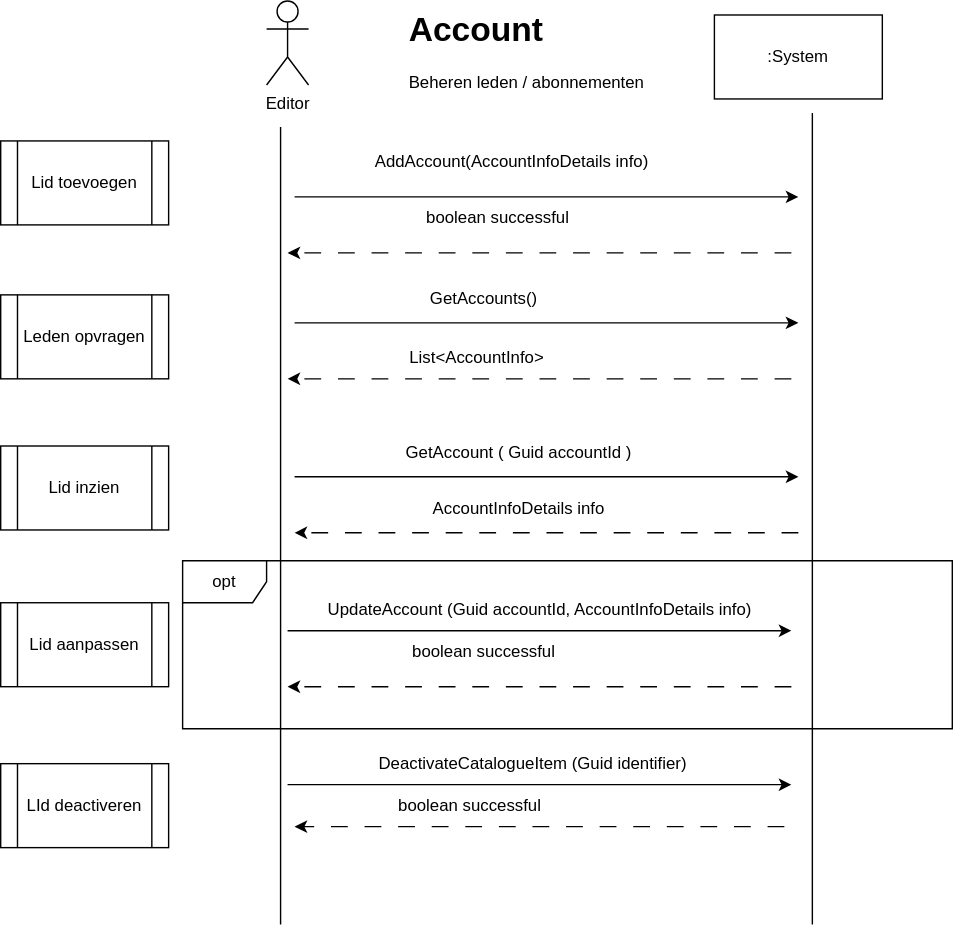
Earlier version of the draw.io export documents/system-sequence-diagrams/Leden_Accountbeheer.drawio.svg (pieter-groenendijk/oose-library-management-system). Source tidied: cells renumbered, new cells last; positions are measured from the earlier drawing's top-left corner, leaving out a move shared by most shapes. Its diagram source:
```xml
<mxGraphModel>
  <root>
    <mxCell id="0" />
    <mxCell id="1" parent="0" />
    <mxCell id="2" value="Editor" style="shape=umlActor;verticalLabelPosition=bottom;verticalAlign=top;html=1;" parent="1" vertex="1">
      <mxGeometry x="190" width="30" height="60" as="geometry" />
    </mxCell>
    <mxCell id="3" style="endArrow=none;html=1;rounded=0;" parent="1" edge="1">
      <mxGeometry relative="1" as="geometry">
        <mxPoint x="200" y="660" as="sourcePoint" />
        <mxPoint x="200" y="90" as="targetPoint" />
      </mxGeometry>
    </mxCell>
    <mxCell id="4" value=":System" style="rounded=0;whiteSpace=wrap;html=1;" parent="1" vertex="1">
      <mxGeometry x="510" y="10" width="120" height="60" as="geometry" />
    </mxCell>
    <mxCell id="5" style="endArrow=none;html=1;rounded=0;" parent="1" edge="1">
      <mxGeometry relative="1" as="geometry">
        <mxPoint x="580" y="660" as="sourcePoint" />
        <mxPoint x="580" y="80" as="targetPoint" />
      </mxGeometry>
    </mxCell>
    <mxCell id="6" value="&lt;h1 style=&quot;margin-top: 0px;&quot;&gt;Account&lt;/h1&gt;&lt;p&gt;Beheren leden / abonnementen&lt;/p&gt;" style="text;html=1;whiteSpace=wrap;overflow=hidden;rounded=0;" parent="1" vertex="1">
      <mxGeometry x="290" width="180" height="120" as="geometry" />
    </mxCell>
    <mxCell id="7" style="endArrow=classic;html=1;rounded=0;" parent="1" edge="1">
      <mxGeometry relative="1" as="geometry">
        <mxPoint x="210" y="140" as="sourcePoint" />
        <mxPoint x="570" y="140" as="targetPoint" />
      </mxGeometry>
    </mxCell>
    <mxCell id="8" value="AddAccount(AccountInfoDetails info)" style="text;html=1;align=center;verticalAlign=middle;strokeColor=none;fillColor=none;" parent="1" vertex="1">
      <mxGeometry x="255" y="100" width="220" height="30" as="geometry" />
    </mxCell>
    <mxCell id="9" style="endArrow=classic;html=1;rounded=0;dashed=1;dashPattern=12 12;" parent="1" edge="1">
      <mxGeometry relative="1" as="geometry">
        <mxPoint x="565" y="180" as="sourcePoint" />
        <mxPoint x="205" y="180" as="targetPoint" />
      </mxGeometry>
    </mxCell>
    <mxCell id="10" value="boolean successful" style="text;html=1;align=center;verticalAlign=middle;strokeColor=none;fillColor=none;" parent="1" vertex="1">
      <mxGeometry x="290" y="140" width="130" height="30" as="geometry" />
    </mxCell>
    <mxCell id="11" style="endArrow=classic;html=1;rounded=0;" parent="1" edge="1">
      <mxGeometry relative="1" as="geometry">
        <mxPoint x="210" y="340" as="sourcePoint" />
        <mxPoint x="570" y="340" as="targetPoint" />
      </mxGeometry>
    </mxCell>
    <mxCell id="12" value="GetAccount ( Guid accountId )" style="text;html=1;align=center;verticalAlign=middle;strokeColor=none;fillColor=none;" parent="1" vertex="1">
      <mxGeometry x="280" y="308" width="180" height="30" as="geometry" />
    </mxCell>
    <mxCell id="13" style="endArrow=classic;html=1;rounded=0;dashed=1;dashPattern=12 12;" parent="1" edge="1">
      <mxGeometry relative="1" as="geometry">
        <mxPoint x="570" y="380" as="sourcePoint" />
        <mxPoint x="210" y="380" as="targetPoint" />
      </mxGeometry>
    </mxCell>
    <mxCell id="14" value="AccountInfoDetails info" style="text;html=1;align=center;verticalAlign=middle;strokeColor=none;fillColor=none;" parent="1" vertex="1">
      <mxGeometry x="295" y="348" width="150" height="30" as="geometry" />
    </mxCell>
    <mxCell id="15" style="endArrow=classic;html=1;rounded=0;" parent="1" edge="1">
      <mxGeometry relative="1" as="geometry">
        <mxPoint x="205" y="450" as="sourcePoint" />
        <mxPoint x="565" y="450" as="targetPoint" />
      </mxGeometry>
    </mxCell>
    <mxCell id="16" value="UpdateAccount (Guid accountId, AccountInfoDetails info)" style="text;html=1;align=center;verticalAlign=middle;strokeColor=none;fillColor=none;" parent="1" vertex="1">
      <mxGeometry x="220" y="420" width="330" height="30" as="geometry" />
    </mxCell>
    <mxCell id="17" style="endArrow=classic;html=1;rounded=0;dashed=1;dashPattern=12 12;" parent="1" edge="1">
      <mxGeometry relative="1" as="geometry">
        <mxPoint x="565" y="490" as="sourcePoint" />
        <mxPoint x="205" y="490" as="targetPoint" />
      </mxGeometry>
    </mxCell>
    <mxCell id="18" value="boolean successful" style="text;html=1;align=center;verticalAlign=middle;strokeColor=none;fillColor=none;" parent="1" vertex="1">
      <mxGeometry x="280" y="450" width="130" height="30" as="geometry" />
    </mxCell>
    <mxCell id="19" style="endArrow=classic;html=1;rounded=0;" parent="1" edge="1">
      <mxGeometry relative="1" as="geometry">
        <mxPoint x="205" y="560" as="sourcePoint" />
        <mxPoint x="565" y="560" as="targetPoint" />
      </mxGeometry>
    </mxCell>
    <mxCell id="20" style="endArrow=classic;html=1;rounded=0;dashed=1;dashPattern=12 12;" parent="1" edge="1">
      <mxGeometry relative="1" as="geometry">
        <mxPoint x="560" y="590" as="sourcePoint" />
        <mxPoint x="210" y="590" as="targetPoint" />
      </mxGeometry>
    </mxCell>
    <mxCell id="21" value="DeactivateCatalogueItem (Guid identifier)" style="text;html=1;align=center;verticalAlign=middle;strokeColor=none;fillColor=none;" parent="1" vertex="1">
      <mxGeometry x="260" y="530" width="240" height="30" as="geometry" />
    </mxCell>
    <mxCell id="22" value="boolean successful" style="text;html=1;align=center;verticalAlign=middle;strokeColor=none;fillColor=none;" parent="1" vertex="1">
      <mxGeometry x="270" y="560" width="130" height="30" as="geometry" />
    </mxCell>
    <mxCell id="23" value="opt" style="shape=umlFrame;whiteSpace=wrap;html=1;" parent="1" vertex="1">
      <mxGeometry x="130" y="400" width="550" height="120" as="geometry" />
    </mxCell>
    <mxCell id="24" value="Lid toevoegen" style="shape=process;whiteSpace=wrap;html=1;backgroundOutline=1;" parent="1" vertex="1">
      <mxGeometry y="100" width="120" height="60" as="geometry" />
    </mxCell>
    <mxCell id="25" value="Lid inzien" style="shape=process;whiteSpace=wrap;html=1;backgroundOutline=1;" parent="1" vertex="1">
      <mxGeometry y="318" width="120" height="60" as="geometry" />
    </mxCell>
    <mxCell id="26" value="Lid aanpassen" style="shape=process;whiteSpace=wrap;html=1;backgroundOutline=1;" parent="1" vertex="1">
      <mxGeometry y="430" width="120" height="60" as="geometry" />
    </mxCell>
    <mxCell id="27" value="LId deactiveren" style="shape=process;whiteSpace=wrap;html=1;backgroundOutline=1;" parent="1" vertex="1">
      <mxGeometry y="545" width="120" height="60" as="geometry" />
    </mxCell>
    <mxCell id="28" value="Leden opvragen" style="shape=process;whiteSpace=wrap;html=1;backgroundOutline=1;" parent="1" vertex="1">
      <mxGeometry y="210" width="120" height="60" as="geometry" />
    </mxCell>
    <mxCell id="29" style="endArrow=classic;html=1;rounded=0;" parent="1" edge="1">
      <mxGeometry relative="1" as="geometry">
        <mxPoint x="210" y="230" as="sourcePoint" />
        <mxPoint x="570" y="230" as="targetPoint" />
      </mxGeometry>
    </mxCell>
    <mxCell id="30" style="endArrow=classic;html=1;rounded=0;dashed=1;dashPattern=12 12;" parent="1" edge="1">
      <mxGeometry relative="1" as="geometry">
        <mxPoint x="565" y="270" as="sourcePoint" />
        <mxPoint x="205" y="270" as="targetPoint" />
      </mxGeometry>
    </mxCell>
    <mxCell id="31" value="GetAccounts()" style="text;html=1;align=center;verticalAlign=middle;strokeColor=none;fillColor=none;" parent="1" vertex="1">
      <mxGeometry x="295" y="198" width="100" height="30" as="geometry" />
    </mxCell>
    <mxCell id="32" value="List&amp;lt;AccountInfo&amp;gt;" style="text;html=1;align=center;verticalAlign=middle;strokeColor=none;fillColor=none;" parent="1" vertex="1">
      <mxGeometry x="280" y="240" width="120" height="30" as="geometry" />
    </mxCell>
  </root>
</mxGraphModel>
```
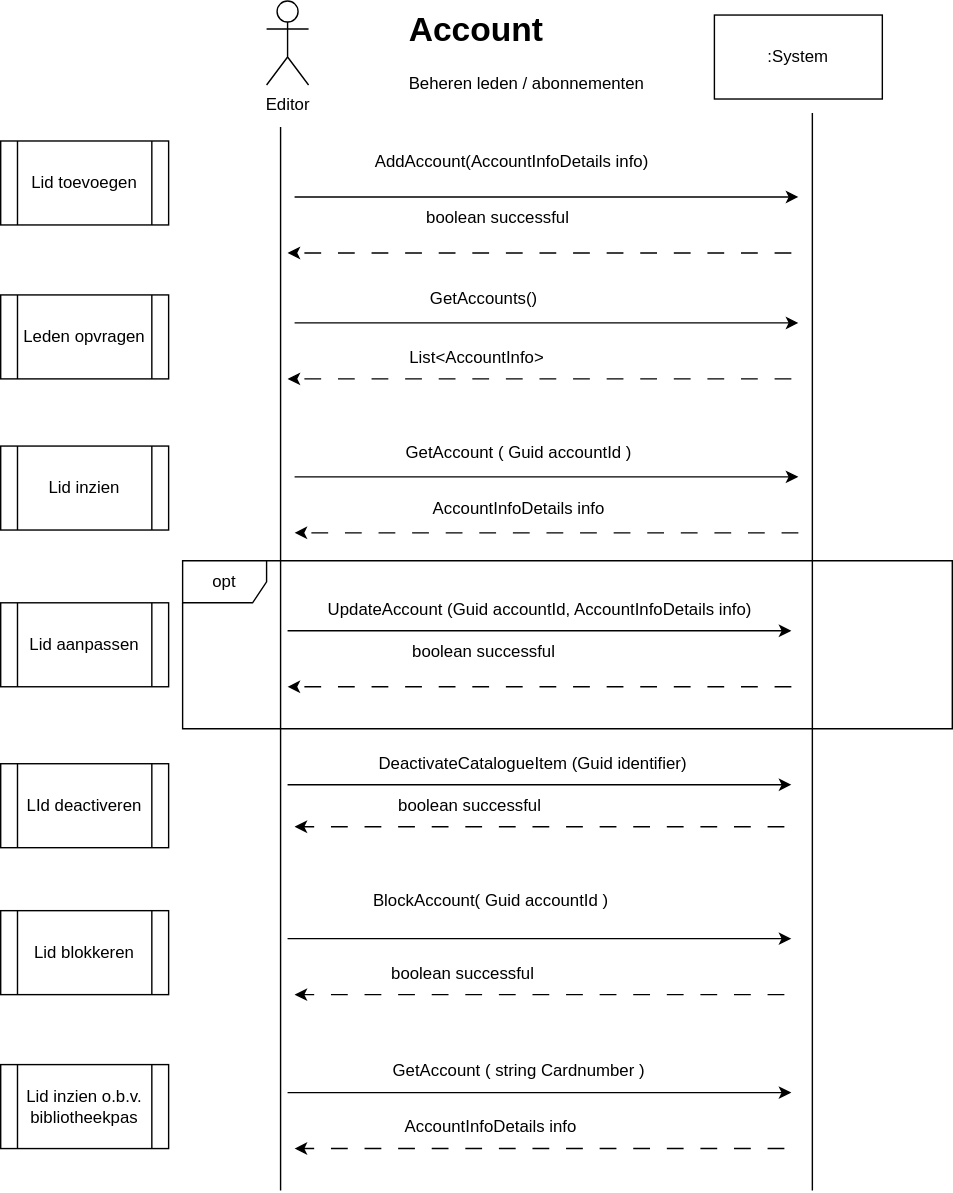
Later version of the same file.

Diff of the diagram source:
```diff
@@ -7,7 +7,7 @@
     </mxCell>
     <mxCell id="3" style="endArrow=none;html=1;rounded=0;" parent="1" edge="1">
       <mxGeometry relative="1" as="geometry">
-        <mxPoint x="200" y="660" as="sourcePoint" />
+        <mxPoint x="200" y="850" as="sourcePoint" />
         <mxPoint x="200" y="90" as="targetPoint" />
       </mxGeometry>
     </mxCell>
@@ -16,7 +16,7 @@
     </mxCell>
     <mxCell id="5" style="endArrow=none;html=1;rounded=0;" parent="1" edge="1">
       <mxGeometry relative="1" as="geometry">
-        <mxPoint x="580" y="660" as="sourcePoint" />
+        <mxPoint x="580" y="850" as="sourcePoint" />
         <mxPoint x="580" y="80" as="targetPoint" />
       </mxGeometry>
     </mxCell>
@@ -131,5 +131,47 @@
     <mxCell id="32" value="List&amp;lt;AccountInfo&amp;gt;" style="text;html=1;align=center;verticalAlign=middle;strokeColor=none;fillColor=none;" parent="1" vertex="1">
       <mxGeometry x="280" y="240" width="120" height="30" as="geometry" />
     </mxCell>
+    <mxCell id="33" value="Lid blokkeren" style="shape=process;whiteSpace=wrap;html=1;backgroundOutline=1;" parent="1" vertex="1">
+      <mxGeometry y="650" width="120" height="60" as="geometry" />
+    </mxCell>
+    <mxCell id="34" style="endArrow=classic;html=1;rounded=0;" parent="1" edge="1">
+      <mxGeometry relative="1" as="geometry">
+        <mxPoint x="205" y="670" as="sourcePoint" />
+        <mxPoint x="565" y="670" as="targetPoint" />
+      </mxGeometry>
+    </mxCell>
+    <mxCell id="35" style="endArrow=classic;html=1;rounded=0;dashed=1;dashPattern=12 12;" parent="1" edge="1">
+      <mxGeometry relative="1" as="geometry">
+        <mxPoint x="560" y="710" as="sourcePoint" />
+        <mxPoint x="210" y="710" as="targetPoint" />
+      </mxGeometry>
+    </mxCell>
+    <mxCell id="36" value="BlockAccount( Guid accountId )" style="text;html=1;align=center;verticalAlign=middle;strokeColor=none;fillColor=none;" parent="1" vertex="1">
+      <mxGeometry x="255" y="628" width="190" height="30" as="geometry" />
+    </mxCell>
+    <mxCell id="37" value="boolean successful" style="text;html=1;align=center;verticalAlign=middle;strokeColor=none;fillColor=none;" parent="1" vertex="1">
+      <mxGeometry x="265" y="680" width="130" height="30" as="geometry" />
+    </mxCell>
+    <mxCell id="38" value="Lid inzien o.b.v. bibliotheekpas" style="shape=process;whiteSpace=wrap;html=1;backgroundOutline=1;" parent="1" vertex="1">
+      <mxGeometry y="760" width="120" height="60" as="geometry" />
+    </mxCell>
+    <mxCell id="39" style="endArrow=classic;html=1;rounded=0;" parent="1" edge="1">
+      <mxGeometry relative="1" as="geometry">
+        <mxPoint x="205" y="780" as="sourcePoint" />
+        <mxPoint x="565" y="780" as="targetPoint" />
+      </mxGeometry>
+    </mxCell>
+    <mxCell id="40" style="endArrow=classic;html=1;rounded=0;dashed=1;dashPattern=12 12;" parent="1" edge="1">
+      <mxGeometry relative="1" as="geometry">
+        <mxPoint x="560" y="820" as="sourcePoint" />
+        <mxPoint x="210" y="820" as="targetPoint" />
+      </mxGeometry>
+    </mxCell>
+    <mxCell id="41" value="AccountInfoDetails info" style="text;html=1;align=center;verticalAlign=middle;strokeColor=none;fillColor=none;" parent="1" vertex="1">
+      <mxGeometry x="275" y="790" width="150" height="30" as="geometry" />
+    </mxCell>
+    <mxCell id="42" value="GetAccount ( string Cardnumber )" style="text;html=1;align=center;verticalAlign=middle;strokeColor=none;fillColor=none;" parent="1" vertex="1">
+      <mxGeometry x="270" y="750" width="200" height="30" as="geometry" />
+    </mxCell>
   </root>
 </mxGraphModel>
```
